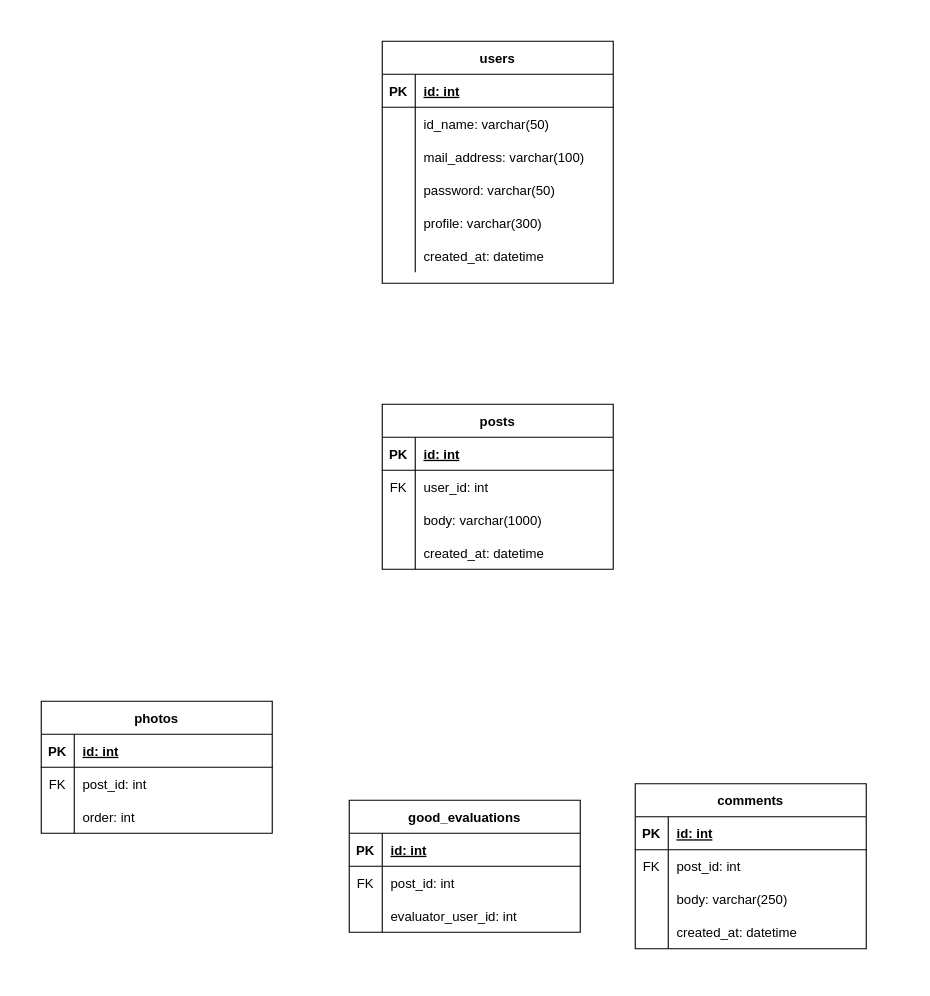
Earlier version of the draw.io diagram er_diagram.drawio (takumi-kawaguchi/bike_sns). Source tidied: cells renumbered, new cells numbered last; positions are measured from the earlier drawing's top-left corner, leaving out a move shared by most shapes. Both pictures are drawn from the tidied source at 110%, with x=0, y=0 at pixel (41, 41).
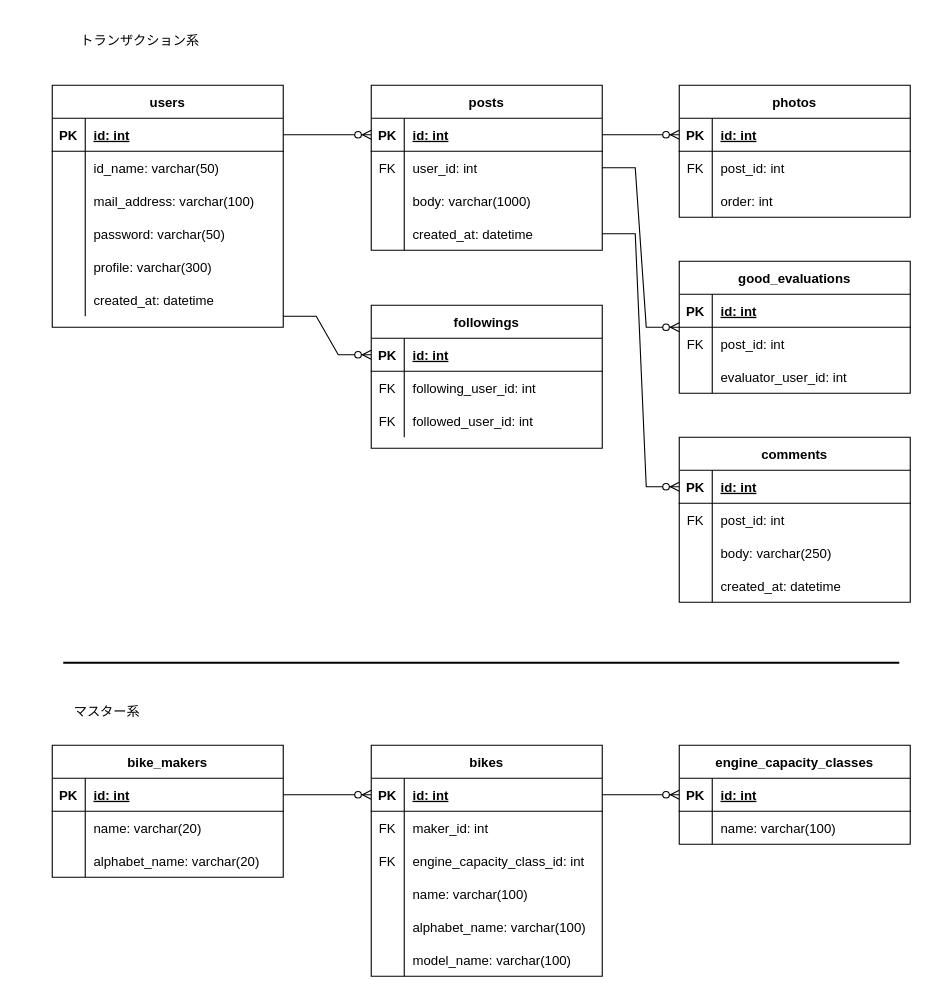
The same page after the edit.

Commit message:
[update]followingsテーブル追加、リレーション整理

The change refers to these unchanged cells:
```xml
<mxCell id="3" style="shape=partialRectangle;fillColor=none;top=0;left=0;bottom=1;right=0;points=[[0,0.5],[1,0.5]];portConstraint=eastwest;" parent="2" vertex="1">
  <mxGeometry y="30" width="210" height="30" as="geometry" />
</mxCell>
<mxCell id="22" style="shape=partialRectangle;fillColor=none;top=0;left=0;bottom=1;right=0;points=[[0,0.5],[1,0.5]];portConstraint=eastwest;" parent="21" vertex="1">
  <mxGeometry y="30" width="210" height="30" as="geometry" />
</mxCell>
<mxCell id="25" style="shape=partialRectangle;fillColor=none;top=0;left=0;bottom=0;right=0;points=[[0,0.5],[1,0.5]];portConstraint=eastwest;" parent="21" vertex="1">
  <mxGeometry y="60" width="210" height="30" as="geometry" />
</mxCell>
<mxCell id="31" style="shape=partialRectangle;fillColor=none;top=0;left=0;bottom=0;right=0;points=[[0,0.5],[1,0.5]];portConstraint=eastwest;" parent="21" vertex="1">
  <mxGeometry y="120" width="210" height="30" as="geometry" />
</mxCell>
<mxCell id="35" style="shape=partialRectangle;fillColor=none;top=0;left=0;bottom=1;right=0;points=[[0,0.5],[1,0.5]];portConstraint=eastwest;" parent="34" vertex="1">
  <mxGeometry y="30" width="210" height="30" as="geometry" />
</mxCell>
<mxCell id="48" style="shape=partialRectangle;fillColor=none;top=0;left=0;bottom=1;right=0;points=[[0,0.5],[1,0.5]];portConstraint=eastwest;" parent="47" vertex="1">
  <mxGeometry y="30" width="210" height="30" as="geometry" />
</mxCell>
<mxCell id="61" style="shape=partialRectangle;fillColor=none;top=0;left=0;bottom=0;right=0;points=[[0,0.5],[1,0.5]];portConstraint=eastwest;" parent="57" vertex="1">
  <mxGeometry y="60" width="210" height="30" as="geometry" />
</mxCell>
```

The edit, as a diff of the source:
```diff
@@
     <mxCell id="2" value="users" style="shape=table;startSize=30;childLayout=tableLayout;rowLines=0;fontStyle=1;align=center;" parent="1" vertex="1">
-      <mxGeometry x="310" width="210" height="220" as="geometry" />
+      <mxGeometry x="10" y="40" width="210" height="220" as="geometry" />
     </mxCell>
@@
     <mxCell id="21" value="posts" style="shape=table;startSize=30;childLayout=tableLayout;rowLines=0;fontStyle=1;align=center;" parent="1" vertex="1">
-      <mxGeometry x="310" y="330" width="210" height="150" as="geometry" />
+      <mxGeometry x="300" y="40" width="210" height="150" as="geometry" />
     </mxCell>
@@
     <mxCell id="34" value="comments" style="shape=table;startSize=30;childLayout=tableLayout;rowLines=0;fontStyle=1;align=center;" parent="1" vertex="1">
-      <mxGeometry x="540" y="675" width="210" height="150" as="geometry" />
+      <mxGeometry x="580" y="360" width="210" height="150" as="geometry" />
     </mxCell>
@@
     <mxCell id="47" value="photos" style="shape=table;startSize=30;childLayout=tableLayout;rowLines=0;fontStyle=1;align=center;" parent="1" vertex="1">
-      <mxGeometry y="600" width="210" height="120" as="geometry" />
+      <mxGeometry x="580" y="40" width="210" height="120" as="geometry" />
     </mxCell>
@@
     <mxCell id="57" value="good_evaluations" style="shape=table;startSize=30;childLayout=tableLayout;rowLines=0;fontStyle=1;align=center;" parent="1" vertex="1">
-      <mxGeometry x="280" y="690" width="210" height="120" as="geometry" />
+      <mxGeometry x="580" y="200" width="210" height="120" as="geometry" />
     </mxCell>
@@
+    <mxCell id="67" style="edgeStyle=entityRelationEdgeStyle;fontSize=12;html=1;endArrow=ERzeroToMany;endFill=1;rounded=0;entryX=0;entryY=0.5;entryDx=0;entryDy=0;exitX=1;exitY=0.5;exitDx=0;exitDy=0;" parent="1" edge="1" source="3" target="22">
+      <mxGeometry relative="1" as="geometry" />
+    </mxCell>
+    <mxCell id="68" value="bike_makers" style="shape=table;startSize=30;childLayout=tableLayout;rowLines=0;fontStyle=1;align=center;" parent="1" vertex="1">
+      <mxGeometry x="10" y="640" width="210" height="120" as="geometry" />
+    </mxCell>
+    <mxCell id="69" style="shape=partialRectangle;fillColor=none;top=0;left=0;bottom=1;right=0;points=[[0,0.5],[1,0.5]];portConstraint=eastwest;" parent="68" vertex="1">
+      <mxGeometry y="30" width="210" height="30" as="geometry" />
+    </mxCell>
+    <mxCell id="70" value="PK" style="shape=partialRectangle;fillColor=none;top=0;left=0;bottom=0;right=0;fontStyle=1;overflow=hidden;" parent="69" vertex="1">
+      <mxGeometry width="30" height="30" as="geometry" />
+    </mxCell>
+    <mxCell id="71" value="id: int" style="shape=partialRectangle;fillColor=none;top=0;left=0;bottom=0;right=0;align=left;spacingLeft=6;fontStyle=5;overflow=hidden;" parent="69" vertex="1">
+      <mxGeometry x="30" width="180" height="30" as="geometry" />
+    </mxCell>
+    <mxCell id="72" style="shape=partialRectangle;fillColor=none;top=0;left=0;bottom=0;right=0;" parent="68" vertex="1">
+      <mxGeometry y="60" width="210" height="30" as="geometry" />
+    </mxCell>
+    <mxCell id="73" style="shape=partialRectangle;fillColor=none;top=0;left=0;bottom=0;right=0;fontStyle=0;overflow=hidden;" parent="72" vertex="1">
+      <mxGeometry width="30" height="30" as="geometry" />
+    </mxCell>
+    <mxCell id="74" value="name: varchar(20)" style="shape=partialRectangle;fillColor=none;top=0;left=0;bottom=0;right=0;align=left;spacingLeft=6;fontStyle=0;overflow=hidden;" parent="72" vertex="1">
+      <mxGeometry x="30" width="180" height="30" as="geometry" />
+    </mxCell>
+    <mxCell id="75" style="shape=partialRectangle;fillColor=none;top=0;left=0;bottom=0;right=0;" parent="68" vertex="1">
+      <mxGeometry y="90" width="210" height="30" as="geometry" />
+    </mxCell>
+    <mxCell id="76" style="shape=partialRectangle;fillColor=none;top=0;left=0;bottom=0;right=0;overflow=hidden;" parent="75" vertex="1">
+      <mxGeometry width="30" height="30" as="geometry" />
+    </mxCell>
+    <mxCell id="77" value="alphabet_name: varchar(20)" style="shape=partialRectangle;fillColor=none;top=0;left=0;bottom=0;right=0;align=left;spacingLeft=6;overflow=hidden;" parent="75" vertex="1">
+      <mxGeometry x="30" width="180" height="30" as="geometry" />
+    </mxCell>
+    <mxCell id="78" value="bikes" style="shape=table;startSize=30;childLayout=tableLayout;rowLines=0;fontStyle=1;align=center;" parent="1" vertex="1">
+      <mxGeometry x="300" y="640" width="210" height="210" as="geometry" />
+    </mxCell>
+    <mxCell id="79" style="shape=partialRectangle;fillColor=none;top=0;left=0;bottom=1;right=0;points=[[0,0.5],[1,0.5]];portConstraint=eastwest;" parent="78" vertex="1">
+      <mxGeometry y="30" width="210" height="30" as="geometry" />
+    </mxCell>
+    <mxCell id="80" value="PK" style="shape=partialRectangle;fillColor=none;top=0;left=0;bottom=0;right=0;fontStyle=1;overflow=hidden;" parent="79" vertex="1">
+      <mxGeometry width="30" height="30" as="geometry" />
+    </mxCell>
+    <mxCell id="81" value="id: int" style="shape=partialRectangle;fillColor=none;top=0;left=0;bottom=0;right=0;align=left;spacingLeft=6;fontStyle=5;overflow=hidden;" parent="79" vertex="1">
+      <mxGeometry x="30" width="180" height="30" as="geometry" />
+    </mxCell>
+    <mxCell id="82" style="shape=partialRectangle;fillColor=none;top=0;left=0;bottom=0;right=0;" parent="78" vertex="1">
+      <mxGeometry y="60" width="210" height="30" as="geometry" />
+    </mxCell>
+    <mxCell id="83" value="FK" style="shape=partialRectangle;fillColor=none;top=0;left=0;bottom=0;right=0;fontStyle=0;overflow=hidden;" parent="82" vertex="1">
+      <mxGeometry width="30" height="30" as="geometry" />
+    </mxCell>
+    <mxCell id="84" value="maker_id: int" style="shape=partialRectangle;fillColor=none;top=0;left=0;bottom=0;right=0;align=left;spacingLeft=6;fontStyle=0;overflow=hidden;" parent="82" vertex="1">
+      <mxGeometry x="30" width="180" height="30" as="geometry" />
+    </mxCell>
+    <mxCell id="85" style="shape=partialRectangle;fillColor=none;top=0;left=0;bottom=0;right=0;" parent="78" vertex="1">
+      <mxGeometry y="90" width="210" height="30" as="geometry" />
+    </mxCell>
+    <mxCell id="86" value="FK" style="shape=partialRectangle;fillColor=none;top=0;left=0;bottom=0;right=0;overflow=hidden;" parent="85" vertex="1">
+      <mxGeometry width="30" height="30" as="geometry" />
+    </mxCell>
+    <mxCell id="87" value="engine_capacity_class_id: int" style="shape=partialRectangle;fillColor=none;top=0;left=0;bottom=0;right=0;align=left;spacingLeft=6;overflow=hidden;" parent="85" vertex="1">
+      <mxGeometry x="30" width="180" height="30" as="geometry" />
+    </mxCell>
+    <mxCell id="88" style="shape=partialRectangle;fillColor=none;top=0;left=0;bottom=0;right=0;" parent="78" vertex="1">
+      <mxGeometry y="120" width="210" height="30" as="geometry" />
+    </mxCell>
+    <mxCell id="89" style="shape=partialRectangle;fillColor=none;top=0;left=0;bottom=0;right=0;fontStyle=0;overflow=hidden;" parent="88" vertex="1">
+      <mxGeometry width="30" height="30" as="geometry" />
+    </mxCell>
+    <mxCell id="90" value="name: varchar(100)" style="shape=partialRectangle;fillColor=none;top=0;left=0;bottom=0;right=0;align=left;spacingLeft=6;fontStyle=0;overflow=hidden;" parent="88" vertex="1">
+      <mxGeometry x="30" width="180" height="30" as="geometry" />
+    </mxCell>
+    <mxCell id="91" style="shape=partialRectangle;fillColor=none;top=0;left=0;bottom=0;right=0;" parent="78" vertex="1">
+      <mxGeometry y="150" width="210" height="30" as="geometry" />
+    </mxCell>
+    <mxCell id="92" style="shape=partialRectangle;fillColor=none;top=0;left=0;bottom=0;right=0;overflow=hidden;" parent="91" vertex="1">
+      <mxGeometry width="30" height="30" as="geometry" />
+    </mxCell>
+    <mxCell id="93" value="alphabet_name: varchar(100)" style="shape=partialRectangle;fillColor=none;top=0;left=0;bottom=0;right=0;align=left;spacingLeft=6;overflow=hidden;" parent="91" vertex="1">
+      <mxGeometry x="30" width="180" height="30" as="geometry" />
+    </mxCell>
+    <mxCell id="94" style="shape=partialRectangle;fillColor=none;top=0;left=0;bottom=0;right=0;" parent="78" vertex="1">
+      <mxGeometry y="180" width="210" height="30" as="geometry" />
+    </mxCell>
+    <mxCell id="95" style="shape=partialRectangle;fillColor=none;top=0;left=0;bottom=0;right=0;overflow=hidden;" parent="94" vertex="1">
+      <mxGeometry width="30" height="30" as="geometry" />
+    </mxCell>
+    <mxCell id="96" value="model_name: varchar(100)" style="shape=partialRectangle;fillColor=none;top=0;left=0;bottom=0;right=0;align=left;spacingLeft=6;overflow=hidden;" parent="94" vertex="1">
+      <mxGeometry x="30" width="180" height="30" as="geometry" />
+    </mxCell>
+    <mxCell id="97" value="engine_capacity_classes" style="shape=table;startSize=30;childLayout=tableLayout;rowLines=0;fontStyle=1;align=center;" parent="1" vertex="1">
+      <mxGeometry x="580" y="640" width="210" height="90" as="geometry" />
+    </mxCell>
+    <mxCell id="98" style="shape=partialRectangle;fillColor=none;top=0;left=0;bottom=1;right=0;points=[[0,0.5],[1,0.5]];portConstraint=eastwest;" parent="97" vertex="1">
+      <mxGeometry y="30" width="210" height="30" as="geometry" />
+    </mxCell>
+    <mxCell id="99" value="PK" style="shape=partialRectangle;fillColor=none;top=0;left=0;bottom=0;right=0;fontStyle=1;overflow=hidden;" parent="98" vertex="1">
+      <mxGeometry width="30" height="30" as="geometry" />
+    </mxCell>
+    <mxCell id="100" value="id: int" style="shape=partialRectangle;fillColor=none;top=0;left=0;bottom=0;right=0;align=left;spacingLeft=6;fontStyle=5;overflow=hidden;" parent="98" vertex="1">
+      <mxGeometry x="30" width="180" height="30" as="geometry" />
+    </mxCell>
+    <mxCell id="101" style="shape=partialRectangle;fillColor=none;top=0;left=0;bottom=0;right=0;" parent="97" vertex="1">
+      <mxGeometry y="60" width="210" height="30" as="geometry" />
+    </mxCell>
+    <mxCell id="102" style="shape=partialRectangle;fillColor=none;top=0;left=0;bottom=0;right=0;fontStyle=0;overflow=hidden;" parent="101" vertex="1">
+      <mxGeometry width="30" height="30" as="geometry" />
+    </mxCell>
+    <mxCell id="103" value="name: varchar(100)" style="shape=partialRectangle;fillColor=none;top=0;left=0;bottom=0;right=0;align=left;spacingLeft=6;fontStyle=0;overflow=hidden;" parent="101" vertex="1">
+      <mxGeometry x="30" width="180" height="30" as="geometry" />
+    </mxCell>
+    <mxCell id="104" value="トランザクション系" style="text;html=1;strokeColor=none;fillColor=none;align=center;verticalAlign=middle;whiteSpace=wrap;rounded=0;" parent="1" vertex="1">
+      <mxGeometry x="10" y="-20" width="160" height="40" as="geometry" />
+    </mxCell>
+    <mxCell id="105" value="マスター系" style="text;html=1;strokeColor=none;fillColor=none;align=center;verticalAlign=middle;whiteSpace=wrap;rounded=0;" parent="1" vertex="1">
+      <mxGeometry x="-20" y="590" width="160" height="40" as="geometry" />
+    </mxCell>
+    <mxCell id="106" style="line;strokeWidth=2;html=1;" parent="1" vertex="1">
+      <mxGeometry x="20" y="560" width="760" height="10" as="geometry" />
+    </mxCell>
+    <mxCell id="107" style="edgeStyle=entityRelationEdgeStyle;fontSize=12;html=1;endArrow=ERzeroToMany;endFill=1;rounded=0;exitX=1;exitY=0.5;exitDx=0;exitDy=0;entryX=0;entryY=0.5;entryDx=0;entryDy=0;" parent="1" edge="1" source="22" target="48">
+      <mxGeometry relative="1" as="geometry" />
+    </mxCell>
+    <mxCell id="108" style="edgeStyle=entityRelationEdgeStyle;fontSize=12;html=1;endArrow=ERzeroToMany;endFill=1;rounded=0;entryX=0;entryY=0.5;entryDx=0;entryDy=0;exitX=1;exitY=0.5;exitDx=0;exitDy=0;" parent="1" edge="1" source="31" target="35">
+      <mxGeometry relative="1" as="geometry" />
+    </mxCell>
+    <mxCell id="109" style="edgeStyle=entityRelationEdgeStyle;fontSize=12;html=1;endArrow=ERzeroToMany;endFill=1;rounded=0;entryX=0;entryY=0;entryDx=0;entryDy=0;exitX=1;exitY=0.5;exitDx=0;exitDy=0;entryPerimeter=0;" parent="1" edge="1" source="25" target="61">
+      <mxGeometry relative="1" as="geometry" />
+    </mxCell>
+    <mxCell id="110" style="edgeStyle=entityRelationEdgeStyle;fontSize=12;html=1;endArrow=ERzeroToMany;endFill=1;rounded=0;entryX=0;entryY=0.5;entryDx=0;entryDy=0;exitX=1;exitY=0.5;exitDx=0;exitDy=0;" parent="1" edge="1" source="69" target="79">
+      <mxGeometry relative="1" as="geometry" />
+    </mxCell>
+    <mxCell id="111" style="edgeStyle=entityRelationEdgeStyle;fontSize=12;html=1;endArrow=ERzeroToMany;endFill=1;rounded=0;entryX=0;entryY=0.5;entryDx=0;entryDy=0;exitX=1;exitY=0.5;exitDx=0;exitDy=0;" parent="1" edge="1" source="79" target="98">
+      <mxGeometry relative="1" as="geometry" />
+    </mxCell>
+    <mxCell id="112" value="followings" style="shape=table;startSize=30;childLayout=tableLayout;rowLines=0;fontStyle=1;align=center;" parent="1" vertex="1">
+      <mxGeometry x="300" y="240" width="210" height="130" as="geometry" />
+    </mxCell>
+    <mxCell id="113" style="shape=partialRectangle;fillColor=none;top=0;left=0;bottom=1;right=0;points=[[0,0.5],[1,0.5]];portConstraint=eastwest;" parent="112" vertex="1">
+      <mxGeometry y="30" width="210" height="30" as="geometry" />
+    </mxCell>
+    <mxCell id="114" value="PK" style="shape=partialRectangle;fillColor=none;top=0;left=0;bottom=0;right=0;fontStyle=1;overflow=hidden;" parent="113" vertex="1">
+      <mxGeometry width="30" height="30" as="geometry" />
+    </mxCell>
+    <mxCell id="115" value="id: int" style="shape=partialRectangle;fillColor=none;top=0;left=0;bottom=0;right=0;align=left;spacingLeft=6;fontStyle=5;overflow=hidden;" parent="113" vertex="1">
+      <mxGeometry x="30" width="180" height="30" as="geometry" />
+    </mxCell>
+    <mxCell id="116" style="shape=partialRectangle;fillColor=none;top=0;left=0;bottom=0;right=0;" parent="112" vertex="1">
+      <mxGeometry y="60" width="210" height="30" as="geometry" />
+    </mxCell>
+    <mxCell id="117" value="FK" style="shape=partialRectangle;fillColor=none;top=0;left=0;bottom=0;right=0;overflow=hidden;" parent="116" vertex="1">
+      <mxGeometry width="30" height="30" as="geometry" />
+    </mxCell>
+    <mxCell id="118" value="following_user_id: int" style="shape=partialRectangle;fillColor=none;top=0;left=0;bottom=0;right=0;align=left;spacingLeft=6;overflow=hidden;" parent="116" vertex="1">
+      <mxGeometry x="30" width="180" height="30" as="geometry" />
+    </mxCell>
+    <mxCell id="119" style="shape=partialRectangle;fillColor=none;top=0;left=0;bottom=0;right=0;" parent="112" vertex="1">
+      <mxGeometry y="90" width="210" height="30" as="geometry" />
+    </mxCell>
+    <mxCell id="120" value="FK" style="shape=partialRectangle;fillColor=none;top=0;left=0;bottom=0;right=0;overflow=hidden;" parent="119" vertex="1">
+      <mxGeometry width="30" height="30" as="geometry" />
+    </mxCell>
+    <mxCell id="121" value="followed_user_id: int" style="shape=partialRectangle;fillColor=none;top=0;left=0;bottom=0;right=0;align=left;spacingLeft=6;overflow=hidden;" parent="119" vertex="1">
+      <mxGeometry x="30" width="180" height="30" as="geometry" />
+    </mxCell>
+    <mxCell id="122" style="edgeStyle=entityRelationEdgeStyle;fontSize=12;html=1;endArrow=ERzeroToMany;endFill=1;rounded=0;entryX=0;entryY=0.5;entryDx=0;entryDy=0;exitX=1;exitY=0.5;exitDx=0;exitDy=0;" parent="1" edge="1" target="113">
+      <mxGeometry relative="1" as="geometry">
+        <mxPoint x="220" y="250" as="sourcePoint" />
+      </mxGeometry>
+    </mxCell>
```
